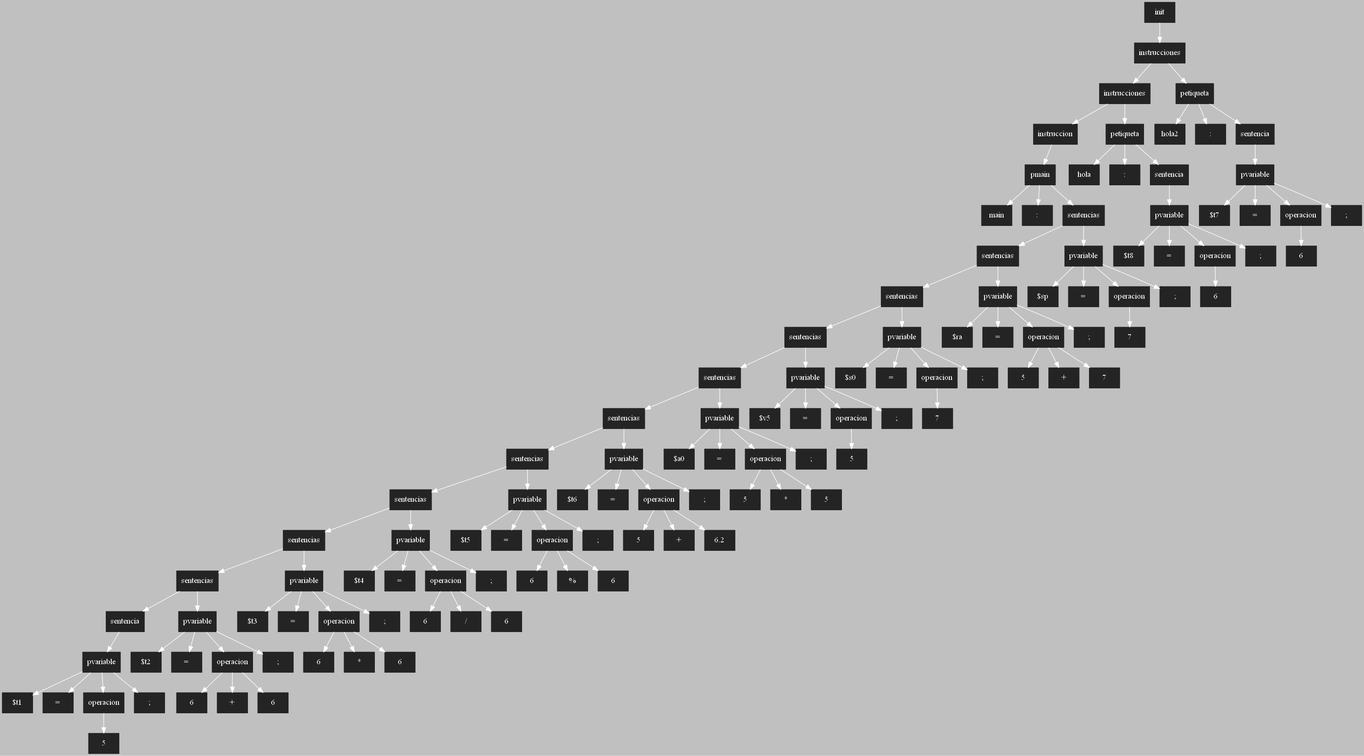
Earlier version of the Graphviz export ASPAscendente.png (AndreeAvalos/OLC2-AUGUS). Its source is kept beside it as ASPAscendente.dot. The source it was exported from:
```dot
digraph{ bgcolor = gray
 node[fontcolor = white, height = 0.5, color = white]
 [shape=box, style=filled, color=gray14]
 rankdir=UD
 edge[color=white, dir=fordware]
118[style = "filled" ; label = "init"]
117[style = "filled" ; label = "instrucciones"]
106[style = "filled" ; label = "instrucciones"]
95[style = "filled" ; label = "instruccion"]
92[style = "filled" ; label = "pmain"]
93[style = "filled" ; label = "main"]
94[style = "filled" ; label = ":"]
91[style = "filled" ; label = "sentencias"]
84[style = "filled" ; label = "sentencias"]
75[style = "filled" ; label = "sentencias"]
68[style = "filled" ; label = "sentencias"]
61[style = "filled" ; label = "sentencias"]
52[style = "filled" ; label = "sentencias"]
43[style = "filled" ; label = "sentencias"]
34[style = "filled" ; label = "sentencias"]
25[style = "filled" ; label = "sentencias"]
16[style = "filled" ; label = "sentencias"]
7[style = "filled" ; label = "sentencia"]
3[style = "filled" ; label = "pvariable"]
4[style = "filled" ; label = "$t1"]
5[style = "filled" ; label = "="]
2[style = "filled" ; label = "operacion"]
1[style = "filled" ; label = "5"]
6[style = "filled" ; label = ";"]
12[style = "filled" ; label = "pvariable"]
13[style = "filled" ; label = "$t2"]
14[style = "filled" ; label = "="]
10[style = "filled" ; label = "operacion"]
8[style = "filled" ; label = "6"]
11[style = "filled" ; label = "+"]
9[style = "filled" ; label = "6"]
15[style = "filled" ; label = ";"]
21[style = "filled" ; label = "pvariable"]
22[style = "filled" ; label = "$t3"]
23[style = "filled" ; label = "="]
19[style = "filled" ; label = "operacion"]
17[style = "filled" ; label = "6"]
20[style = "filled" ; label = "*"]
18[style = "filled" ; label = "6"]
24[style = "filled" ; label = ";"]
30[style = "filled" ; label = "pvariable"]
31[style = "filled" ; label = "$t4"]
32[style = "filled" ; label = "="]
28[style = "filled" ; label = "operacion"]
26[style = "filled" ; label = "6"]
29[style = "filled" ; label = "/"]
27[style = "filled" ; label = "6"]
33[style = "filled" ; label = ";"]
39[style = "filled" ; label = "pvariable"]
40[style = "filled" ; label = "$t5"]
41[style = "filled" ; label = "="]
37[style = "filled" ; label = "operacion"]
35[style = "filled" ; label = "6"]
38[style = "filled" ; label = "%"]
36[style = "filled" ; label = "6"]
42[style = "filled" ; label = ";"]
48[style = "filled" ; label = "pvariable"]
49[style = "filled" ; label = "$t6"]
50[style = "filled" ; label = "="]
46[style = "filled" ; label = "operacion"]
44[style = "filled" ; label = "5"]
47[style = "filled" ; label = "+"]
45[style = "filled" ; label = "6.2"]
51[style = "filled" ; label = ";"]
57[style = "filled" ; label = "pvariable"]
58[style = "filled" ; label = "$a0"]
59[style = "filled" ; label = "="]
55[style = "filled" ; label = "operacion"]
53[style = "filled" ; label = "5"]
56[style = "filled" ; label = "*"]
54[style = "filled" ; label = "5"]
60[style = "filled" ; label = ";"]
64[style = "filled" ; label = "pvariable"]
65[style = "filled" ; label = "$v5"]
66[style = "filled" ; label = "="]
63[style = "filled" ; label = "operacion"]
62[style = "filled" ; label = "5"]
67[style = "filled" ; label = ";"]
71[style = "filled" ; label = "pvariable"]
72[style = "filled" ; label = "$s0"]
73[style = "filled" ; label = "="]
70[style = "filled" ; label = "operacion"]
69[style = "filled" ; label = "7"]
74[style = "filled" ; label = ";"]
80[style = "filled" ; label = "pvariable"]
81[style = "filled" ; label = "$ra"]
82[style = "filled" ; label = "="]
78[style = "filled" ; label = "operacion"]
76[style = "filled" ; label = "5"]
79[style = "filled" ; label = "+"]
77[style = "filled" ; label = "7"]
83[style = "filled" ; label = ";"]
87[style = "filled" ; label = "pvariable"]
88[style = "filled" ; label = "$sp"]
89[style = "filled" ; label = "="]
86[style = "filled" ; label = "operacion"]
85[style = "filled" ; label = "7"]
90[style = "filled" ; label = ";"]
103[style = "filled" ; label = "petiqueta"]
104[style = "filled" ; label = "hola"]
105[style = "filled" ; label = ":"]
102[style = "filled" ; label = "sentencia"]
98[style = "filled" ; label = "pvariable"]
99[style = "filled" ; label = "$t8"]
100[style = "filled" ; label = "="]
97[style = "filled" ; label = "operacion"]
96[style = "filled" ; label = "6"]
101[style = "filled" ; label = ";"]
114[style = "filled" ; label = "petiqueta"]
115[style = "filled" ; label = "hola2"]
116[style = "filled" ; label = ":"]
113[style = "filled" ; label = "sentencia"]
109[style = "filled" ; label = "pvariable"]
110[style = "filled" ; label = "$t7"]
111[style = "filled" ; label = "="]
108[style = "filled" ; label = "operacion"]
107[style = "filled" ; label = "6"]
112[style = "filled" ; label = ";"]
118->117;
117->106;
106->95;
95->92;
92->93;
92->94;
92->91;
91->84;
84->75;
75->68;
68->61;
61->52;
52->43;
43->34;
34->25;
25->16;
16->7;
7->3;
3->4;
3->5;
3->2;
2->1;
3->6;
16->12;
12->13;
12->14;
12->10;
10->8;
10->11;
10->9;
12->15;
25->21;
21->22;
21->23;
21->19;
19->17;
19->20;
19->18;
21->24;
34->30;
30->31;
30->32;
30->28;
28->26;
28->29;
28->27;
30->33;
43->39;
39->40;
39->41;
39->37;
37->35;
37->38;
37->36;
39->42;
52->48;
48->49;
48->50;
48->46;
46->44;
46->47;
46->45;
48->51;
61->57;
57->58;
57->59;
57->55;
55->53;
55->56;
55->54;
57->60;
68->64;
64->65;
64->66;
64->63;
63->62;
64->67;
75->71;
71->72;
71->73;
71->70;
70->69;
71->74;
84->80;
80->81;
80->82;
80->78;
78->76;
78->79;
78->77;
80->83;
91->87;
87->88;
87->89;
87->86;
86->85;
87->90;
106->103;
103->104;
103->105;
103->102;
102->98;
98->99;
98->100;
98->97;
97->96;
98->101;
117->114;
114->115;
114->116;
114->113;
113->109;
109->110;
109->111;
109->108;
108->107;
109->112;

}
```
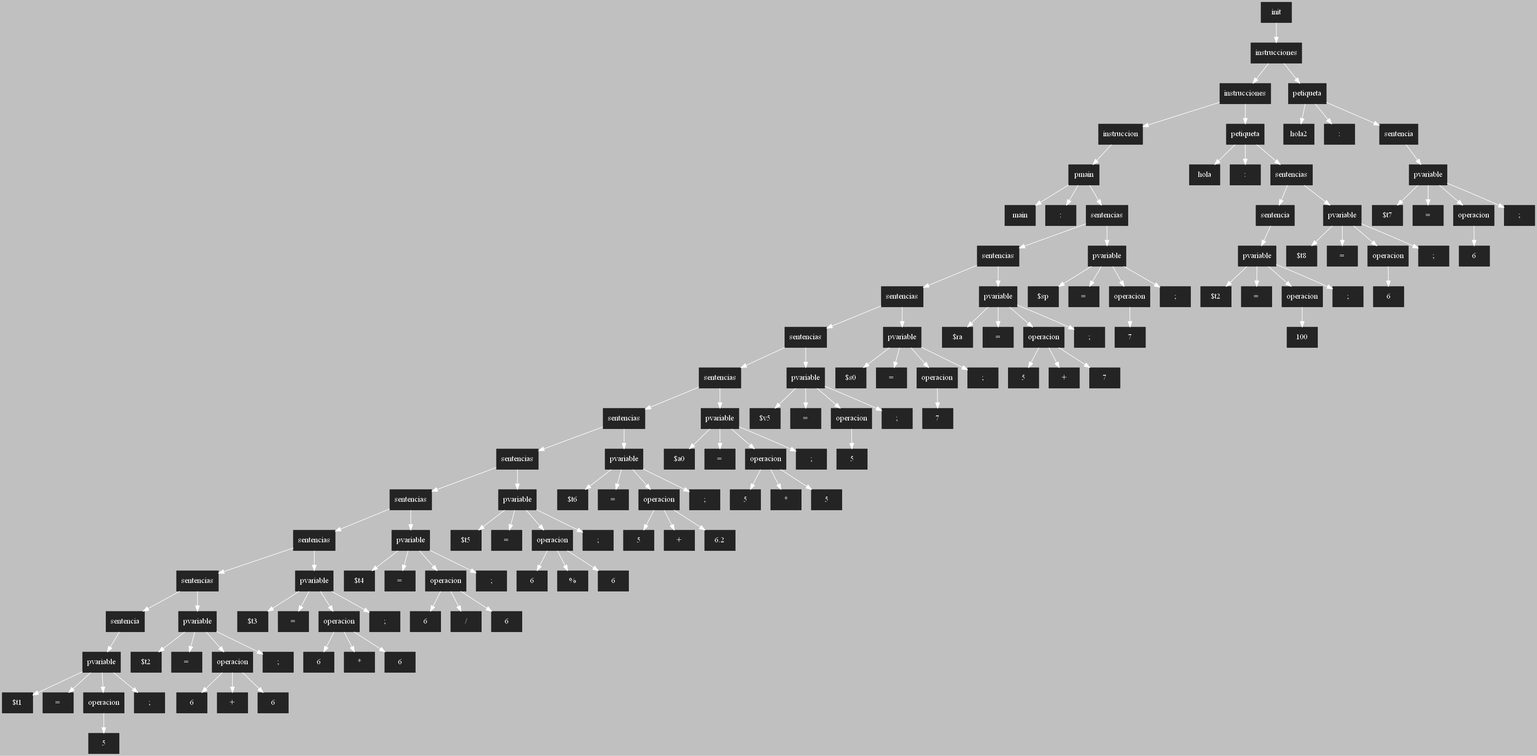
The same diagram one commit later.

What changed in the source:
```diff
@@ -3,9 +3,9 @@
  [shape=box, style=filled, color=gray14]
  rankdir=UD
  edge[color=white, dir=fordware]
-118[style = "filled" ; label = "init"]
-117[style = "filled" ; label = "instrucciones"]
-106[style = "filled" ; label = "instrucciones"]
+125[style = "filled" ; label = "init"]
+124[style = "filled" ; label = "instrucciones"]
+113[style = "filled" ; label = "instrucciones"]
 95[style = "filled" ; label = "instruccion"]
 92[style = "filled" ; label = "pmain"]
 93[style = "filled" ; label = "main"]
@@ -101,29 +101,36 @@
 86[style = "filled" ; label = "operacion"]
 85[style = "filled" ; label = "7"]
 90[style = "filled" ; label = ";"]
-103[style = "filled" ; label = "petiqueta"]
-104[style = "filled" ; label = "hola"]
-105[style = "filled" ; label = ":"]
+110[style = "filled" ; label = "petiqueta"]
+111[style = "filled" ; label = "hola"]
+112[style = "filled" ; label = ":"]
+109[style = "filled" ; label = "sentencias"]
 102[style = "filled" ; label = "sentencia"]
 98[style = "filled" ; label = "pvariable"]
-99[style = "filled" ; label = "$t8"]
+99[style = "filled" ; label = "$t2"]
 100[style = "filled" ; label = "="]
 97[style = "filled" ; label = "operacion"]
-96[style = "filled" ; label = "6"]
+96[style = "filled" ; label = "100"]
 101[style = "filled" ; label = ";"]
-114[style = "filled" ; label = "petiqueta"]
-115[style = "filled" ; label = "hola2"]
-116[style = "filled" ; label = ":"]
-113[style = "filled" ; label = "sentencia"]
-109[style = "filled" ; label = "pvariable"]
-110[style = "filled" ; label = "$t7"]
-111[style = "filled" ; label = "="]
-108[style = "filled" ; label = "operacion"]
-107[style = "filled" ; label = "6"]
-112[style = "filled" ; label = ";"]
-118->117;
-117->106;
-106->95;
+105[style = "filled" ; label = "pvariable"]
+106[style = "filled" ; label = "$t8"]
+107[style = "filled" ; label = "="]
+104[style = "filled" ; label = "operacion"]
+103[style = "filled" ; label = "6"]
+108[style = "filled" ; label = ";"]
+121[style = "filled" ; label = "petiqueta"]
+122[style = "filled" ; label = "hola2"]
+123[style = "filled" ; label = ":"]
+120[style = "filled" ; label = "sentencia"]
+116[style = "filled" ; label = "pvariable"]
+117[style = "filled" ; label = "$t7"]
+118[style = "filled" ; label = "="]
+115[style = "filled" ; label = "operacion"]
+114[style = "filled" ; label = "6"]
+119[style = "filled" ; label = ";"]
+125->124;
+124->113;
+113->95;
 95->92;
 92->93;
 92->94;
@@ -218,25 +225,32 @@
 87->86;
 86->85;
 87->90;
-106->103;
-103->104;
-103->105;
-103->102;
+113->110;
+110->111;
+110->112;
+110->109;
+109->102;
 102->98;
 98->99;
 98->100;
 98->97;
 97->96;
 98->101;
-117->114;
-114->115;
-114->116;
-114->113;
-113->109;
-109->110;
-109->111;
-109->108;
-108->107;
-109->112;
+109->105;
+105->106;
+105->107;
+105->104;
+104->103;
+105->108;
+124->121;
+121->122;
+121->123;
+121->120;
+120->116;
+116->117;
+116->118;
+116->115;
+115->114;
+116->119;
 
 }
```
